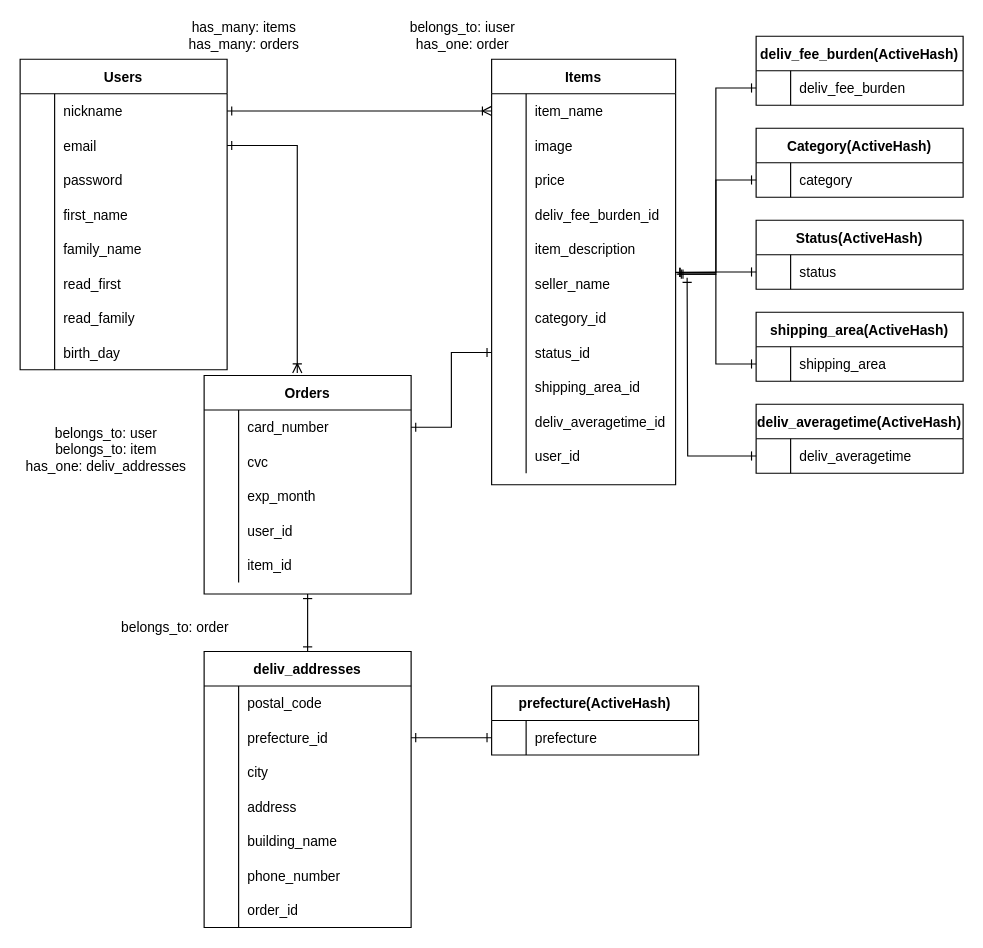
kajihirocpa/furima-34700 keeps this draw.io diagram as ER.dio. Above is the earlier version. Source tidied: cells renumbered, new cells numbered last; positions are measured from the earlier drawing's top-left corner, leaving out a move shared by most shapes. Both pictures are drawn from the tidied source at 115%, with x=0, y=0 at pixel (20, 24).
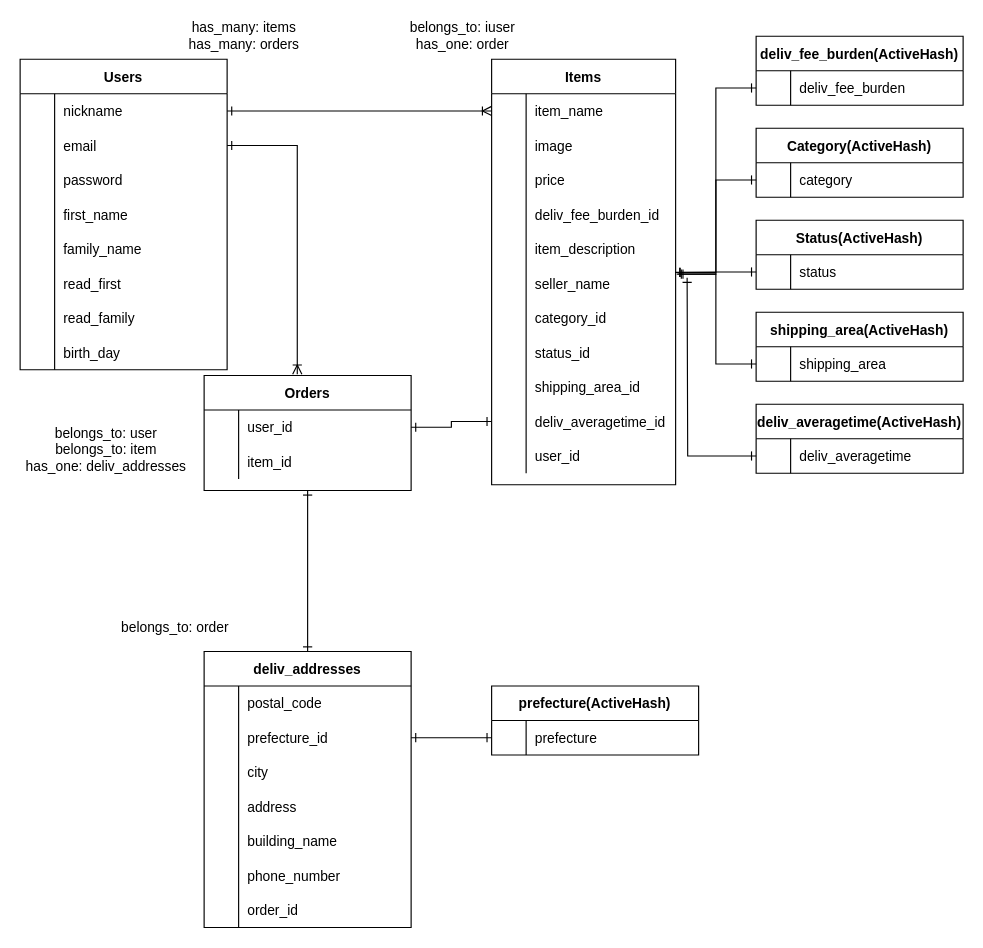
Above is the later version.

Commit message (it also covers changes not shown here):
データベース設計の修正対応

The change refers to these unchanged cells:
```xml
<mxCell id="49" style="shape=partialRectangle;fillColor=none;top=0;left=0;bottom=0;right=0;points=[[0,0.5],[1,0.5]];portConstraint=eastwest;" parent="27" vertex="1">
  <mxGeometry y="240" width="160" height="30" as="geometry" />
</mxCell>
<mxCell id="55" style="shape=partialRectangle;fillColor=none;top=0;left=0;bottom=0;right=0;points=[[0,0.5],[1,0.5]];portConstraint=eastwest;" parent="27" vertex="1">
  <mxGeometry y="300" width="160" height="30" as="geometry" />
</mxCell>
```

Change to the diagram source:
```diff
@@
     <mxCell id="62" value="Orders" style="shape=table;startSize=30;childLayout=tableLayout;rowLines=0;fontStyle=1;align=center;" parent="1" vertex="1">
-      <mxGeometry x="160" y="305" width="180" height="190" as="geometry" />
+      <mxGeometry x="160" y="305" width="180" height="100" as="geometry" />
     </mxCell>
-    <mxCell id="63" style="shape=partialRectangle;fillColor=none;top=0;left=0;bottom=0;right=0;points=[[0,0.5],[1,0.5]];portConstraint=eastwest;" parent="62" vertex="1">
-      <mxGeometry y="30" width="180" height="30" as="geometry" />
-    </mxCell>
-    <mxCell id="64" style="shape=partialRectangle;fillColor=none;top=0;left=0;bottom=0;right=0;overflow=hidden;" parent="63" vertex="1">
-      <mxGeometry width="30" height="30" as="geometry" />
-    </mxCell>
-    <mxCell id="65" value="card_number" style="shape=partialRectangle;fillColor=none;top=0;left=0;bottom=0;right=0;align=left;spacingLeft=6;overflow=hidden;" parent="63" vertex="1">
-      <mxGeometry x="30" width="150" height="30" as="geometry" />
-    </mxCell>
-    <mxCell id="66" style="shape=partialRectangle;fillColor=none;top=0;left=0;bottom=0;right=0;" parent="62" vertex="1">
-      <mxGeometry y="60" width="180" height="30" as="geometry" />
-    </mxCell>
-    <mxCell id="67" style="shape=partialRectangle;fillColor=none;top=0;left=0;bottom=0;right=0;overflow=hidden;" parent="66" vertex="1">
-      <mxGeometry width="30" height="30" as="geometry" />
-    </mxCell>
-    <mxCell id="68" value="cvc" style="shape=partialRectangle;fillColor=none;top=0;left=0;bottom=0;right=0;align=left;spacingLeft=6;overflow=hidden;" parent="66" vertex="1">
-      <mxGeometry x="30" width="150" height="30" as="geometry" />
-    </mxCell>
-    <mxCell id="69" style="shape=partialRectangle;fillColor=none;top=0;left=0;bottom=0;right=0;" parent="62" vertex="1">
-      <mxGeometry y="90" width="180" height="30" as="geometry" />
-    </mxCell>
-    <mxCell id="70" style="shape=partialRectangle;fillColor=none;top=0;left=0;bottom=0;right=0;overflow=hidden;" parent="69" vertex="1">
-      <mxGeometry width="30" height="30" as="geometry" />
-    </mxCell>
-    <mxCell id="71" value="exp_month" style="shape=partialRectangle;fillColor=none;top=0;left=0;bottom=0;right=0;align=left;spacingLeft=6;overflow=hidden;" parent="69" vertex="1">
-      <mxGeometry x="30" width="150" height="30" as="geometry" />
-    </mxCell>
     <mxCell id="72" style="shape=partialRectangle;fillColor=none;top=0;left=0;bottom=0;right=0;points=[[0,0.5],[1,0.5]];portConstraint=eastwest;" parent="62" vertex="1">
-      <mxGeometry y="120" width="180" height="30" as="geometry" />
+      <mxGeometry y="30" width="180" height="30" as="geometry" />
     </mxCell>
@@
     <mxCell id="75" style="shape=partialRectangle;fillColor=none;top=0;left=0;bottom=0;right=0;" parent="62" vertex="1">
-      <mxGeometry y="150" width="180" height="30" as="geometry" />
+      <mxGeometry y="60" width="180" height="30" as="geometry" />
     </mxCell>
@@
-    <mxCell id="80" style="edgeStyle=orthogonalEdgeStyle;rounded=0;jettySize=auto;html=1;exitX=1;exitY=0.5;exitDx=0;exitDy=0;entryX=0;entryY=0.5;entryDx=0;entryDy=0;endArrow=ERone;endFill=0;startArrow=ERone;startFill=0;" parent="1" edge="1" source="63" target="49">
-      <mxGeometry relative="1" as="geometry" />
-    </mxCell>
@@
+    <mxCell id="137" style="edgeStyle=orthogonalEdgeStyle;rounded=0;jettySize=auto;html=1;exitX=1;exitY=0.5;exitDx=0;exitDy=0;entryX=0;entryY=0.5;entryDx=0;entryDy=0;startArrow=ERone;startFill=0;endArrow=ERone;endFill=0;" parent="1" edge="1" source="72" target="55">
+      <mxGeometry relative="1" as="geometry" />
+    </mxCell>
```
